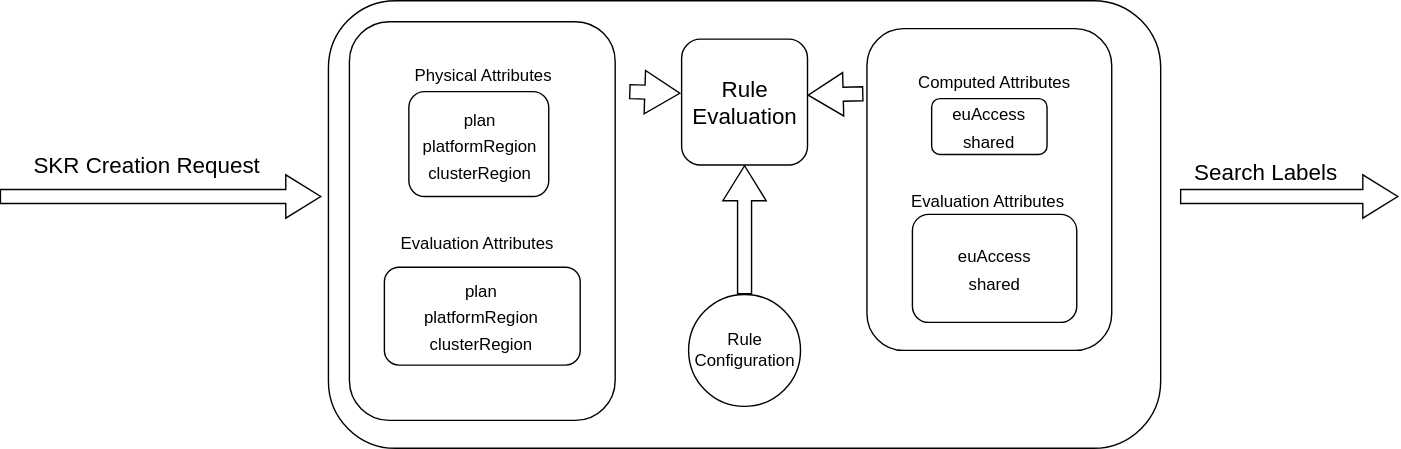
The draw.io diagram docs/assets/hap-rules-general.drawio.svg in kyma-project/kyma-environment-broker, before a commit. Source tidied: cells renumbered, new cells last; positions are measured from the earlier drawing's top-left corner, leaving out a move shared by most shapes.
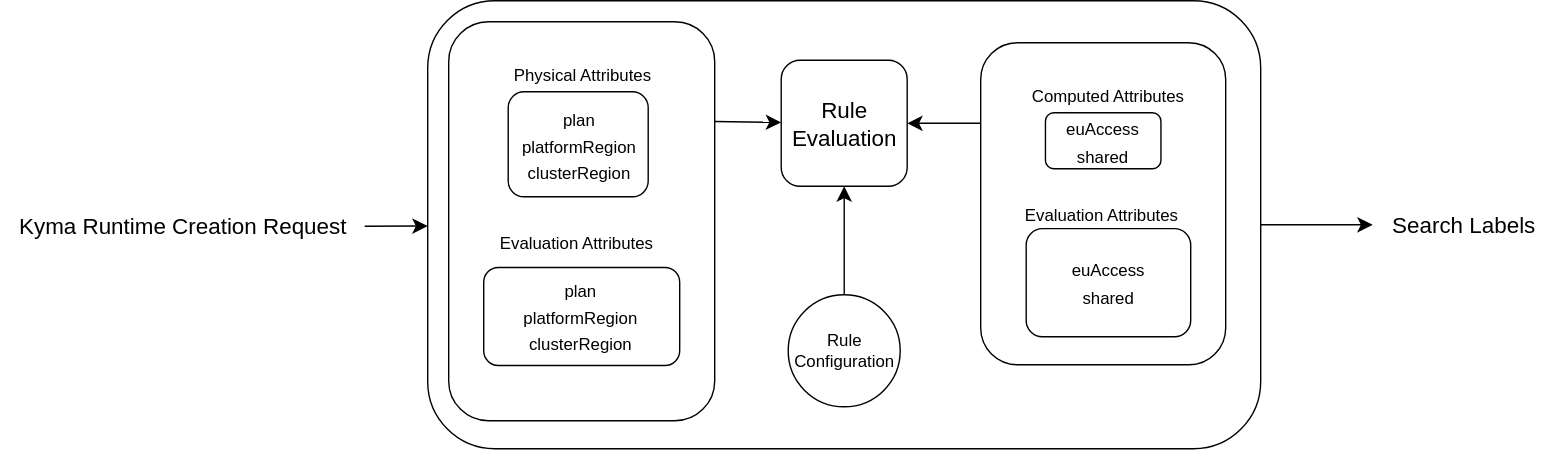
Later version of the same file.

Commit message:
Review Remarks

Change to the diagram source:
```diff
@@ -2,15 +2,24 @@
   <root>
     <mxCell id="0" />
     <mxCell id="1" parent="0" />
+    <mxCell id="27" style="edgeStyle=none;curved=1;rounded=0;jettySize=auto;html=1;fontSize=12;startSize=8;endSize=8;" parent="1" edge="1" source="2" target="13">
+      <mxGeometry relative="1" as="geometry" />
+    </mxCell>
     <mxCell id="2" style="whiteSpace=wrap;html=1;rounded=1;" parent="1" vertex="1">
       <mxGeometry x="235" width="595" height="320" as="geometry" />
     </mxCell>
+    <mxCell id="28" style="edgeStyle=none;curved=1;rounded=0;jettySize=auto;html=1;exitX=0;exitY=0.25;exitDx=0;exitDy=0;fontSize=12;startSize=8;endSize=8;" parent="1" edge="1" source="3" target="9">
+      <mxGeometry relative="1" as="geometry" />
+    </mxCell>
     <mxCell id="3" style="whiteSpace=wrap;html=1;rounded=1;" parent="1" vertex="1">
-      <mxGeometry x="620" y="20" width="175" height="230" as="geometry" />
+      <mxGeometry x="630" y="30" width="175" height="230" as="geometry" />
     </mxCell>
     <mxCell id="4" style="whiteSpace=wrap;html=1;rounded=1;" parent="1" vertex="1">
-      <mxGeometry x="666.2" y="70" width="82.5" height="40" as="geometry" />
+      <mxGeometry x="676.2" y="80" width="82.5" height="40" as="geometry" />
     </mxCell>
+    <mxCell id="29" style="edgeStyle=none;curved=1;rounded=0;jettySize=auto;html=1;exitX=1;exitY=0.25;exitDx=0;exitDy=0;fontSize=12;startSize=8;endSize=8;" parent="1" edge="1" source="5" target="9">
+      <mxGeometry relative="1" as="geometry" />
+    </mxCell>
     <mxCell id="5" style="whiteSpace=wrap;html=1;rounded=1;" parent="1" vertex="1">
       <mxGeometry x="250" y="15" width="190" height="285" as="geometry" />
     </mxCell>
@@ -18,45 +27,37 @@
       <mxGeometry x="275" y="190.5" width="140" height="70" as="geometry" />
     </mxCell>
     <mxCell id="7" style="whiteSpace=wrap;html=1;rounded=1;" parent="1" vertex="1">
-      <mxGeometry x="652.5" y="152.8" width="117.5" height="77.2" as="geometry" />
+      <mxGeometry x="662.5" y="162.8" width="117.5" height="77.2" as="geometry" />
     </mxCell>
     <mxCell id="8" style="whiteSpace=wrap;html=1;rounded=1;" parent="1" vertex="1">
       <mxGeometry x="292.5" y="65" width="100" height="75" as="geometry" />
     </mxCell>
     <mxCell id="9" value="&lt;span style=&quot;font-size: 16px;&quot;&gt;Rule Evaluation&lt;/span&gt;" style="whiteSpace=wrap;html=1;rounded=1;" parent="1" vertex="1">
-      <mxGeometry x="487.5" y="27.5" width="90" height="90" as="geometry" />
+      <mxGeometry x="487.5" y="42.5" width="90" height="90" as="geometry" />
     </mxCell>
-    <mxCell id="10" style="shape=flexArrow;endArrow=classic;html=1;rounded=0;fontSize=12;startSize=8;endSize=8;curved=1;" parent="1" edge="1">
-      <mxGeometry relative="1" as="geometry">
-        <mxPoint y="140" as="sourcePoint" />
-        <mxPoint x="230" y="140" as="targetPoint" />
-      </mxGeometry>
-    </mxCell>
+    <mxCell id="30" style="edgeStyle=none;curved=1;rounded=0;jettySize=auto;html=1;fontSize=12;startSize=8;endSize=8;" parent="1" edge="1" source="11" target="2">
+      <mxGeometry relative="1" as="geometry" />
+    </mxCell>
-    <mxCell id="11" value="&lt;font&gt;SKR Creation Request&lt;/font&gt;" style="text;html=1;align=center;verticalAlign=middle;points=[];strokeColor=none;fillColor=none;fontSize=16;" parent="1" vertex="1">
-      <mxGeometry x="10" y="102.5" width="190" height="30" as="geometry" />
+    <mxCell id="11" value="&lt;font&gt;Kyma Runtime Creation Request&lt;/font&gt;" style="text;html=1;align=center;verticalAlign=middle;points=[];strokeColor=none;fillColor=none;fontSize=16;" parent="1" vertex="1">
+      <mxGeometry x="-70" y="146.4" width="260" height="30" as="geometry" />
     </mxCell>
-    <mxCell id="12" style="shape=flexArrow;endArrow=classic;html=1;rounded=0;fontSize=12;startSize=8;endSize=8;curved=1;exitX=0.029;exitY=1.082;exitDx=0;exitDy=0;exitPerimeter=0;" parent="1" edge="1" source="13">
-      <mxGeometry relative="1" as="geometry">
-        <mxPoint x="1000" y="140" as="targetPoint" />
-      </mxGeometry>
-    </mxCell>
     <mxCell id="13" value="Search Labels" style="text;html=1;align=center;verticalAlign=middle;points=[];strokeColor=none;fillColor=none;fontSize=16;" parent="1" vertex="1">
-      <mxGeometry x="840" y="107.5" width="130" height="30" as="geometry" />
+      <mxGeometry x="910" y="145" width="130" height="30" as="geometry" />
     </mxCell>
+    <mxCell id="15" style="edgeStyle=none;curved=1;rounded=0;jettySize=auto;html=1;fontSize=12;startSize=8;endSize=8;" parent="1" edge="1" source="14" target="9">
+      <mxGeometry relative="1" as="geometry" />
+    </mxCell>
     <mxCell id="14" value="Rule Configuration" style="ellipse;whiteSpace=wrap;html=1;" parent="1" vertex="1">
       <mxGeometry x="492.5" y="210" width="80" height="80" as="geometry" />
     </mxCell>
-    <mxCell id="15" style="shape=flexArrow;endArrow=classic;html=1;rounded=0;fontSize=12;startSize=8;endSize=8;curved=1;" parent="1" edge="1" source="14" target="9">
-      <mxGeometry relative="1" as="geometry" />
-    </mxCell>
     <mxCell id="16" value="&lt;div&gt;&lt;span style=&quot;font-size: 12px; background-color: transparent; color: light-dark(rgb(0, 0, 0), rgb(255, 255, 255));&quot;&gt;euAccess&lt;/span&gt;&lt;br&gt;&lt;/div&gt;&lt;div&gt;&lt;span style=&quot;font-size: 12px; background-color: transparent; color: light-dark(rgb(0, 0, 0), rgb(255, 255, 255));&quot;&gt;shared&lt;/span&gt;&lt;/div&gt;" style="text;html=1;align=center;verticalAlign=middle;strokeColor=none;fillColor=none;fontSize=16;" parent="1" vertex="1">
-      <mxGeometry x="666.9" y="65" width="80" height="50" as="geometry" />
+      <mxGeometry x="676.9" y="75" width="80" height="50" as="geometry" />
     </mxCell>
     <mxCell id="17" value="&lt;div&gt;&lt;font style=&quot;font-size: 12px;&quot;&gt;plan&lt;/font&gt;&lt;/div&gt;&lt;div&gt;&lt;font style=&quot;font-size: 12px;&quot;&gt;platformRegion&lt;/font&gt;&lt;/div&gt;&lt;div&gt;&lt;font style=&quot;font-size: 12px;&quot;&gt;clusterRegion&lt;/font&gt;&lt;/div&gt;" style="text;html=1;align=center;verticalAlign=middle;strokeColor=none;fillColor=none;fontSize=16;" parent="1" vertex="1">
       <mxGeometry x="293.8" y="190" width="100" height="70" as="geometry" />
     </mxCell>
     <mxCell id="18" value="&lt;div&gt;&lt;span style=&quot;background-color: transparent; color: light-dark(rgb(0, 0, 0), rgb(255, 255, 255)); font-size: 12px;&quot;&gt;euAccess&lt;/span&gt;&lt;br&gt;&lt;/div&gt;&lt;div&gt;&lt;span style=&quot;font-size: 12px; background-color: transparent; color: light-dark(rgb(0, 0, 0), rgb(255, 255, 255));&quot;&gt;shared&lt;/span&gt;&lt;/div&gt;" style="text;html=1;align=center;verticalAlign=middle;strokeColor=none;fillColor=none;fontSize=16;" parent="1" vertex="1">
-      <mxGeometry x="671.2" y="166.4" width="80" height="50" as="geometry" />
+      <mxGeometry x="681.2" y="176.4" width="80" height="50" as="geometry" />
     </mxCell>
     <mxCell id="19" value="&lt;div&gt;&lt;span style=&quot;font-size: 12px; background-color: transparent; color: light-dark(rgb(0, 0, 0), rgb(255, 255, 255));&quot;&gt;plan&lt;/span&gt;&lt;br&gt;&lt;/div&gt;&lt;div&gt;&lt;font style=&quot;font-size: 12px;&quot;&gt;platformRegion&lt;/font&gt;&lt;/div&gt;&lt;div&gt;&lt;font style=&quot;font-size: 12px;&quot;&gt;clusterRegion&lt;/font&gt;&lt;/div&gt;" style="text;html=1;align=center;verticalAlign=middle;strokeColor=none;fillColor=none;fontSize=16;" parent="1" vertex="1">
       <mxGeometry x="292.5" y="67.5" width="100" height="70" as="geometry" />
@@ -68,24 +69,13 @@
       <mxGeometry x="285" y="160" width="120" height="30" as="geometry" />
     </mxCell>
     <mxCell id="22" value="&lt;font style=&quot;forced-color-adjust: none; font-family: Helvetica; font-style: normal; font-variant-ligatures: normal; font-variant-caps: normal; font-weight: 400; letter-spacing: normal; orphans: 2; text-align: center; text-indent: 0px; text-transform: none; widows: 2; word-spacing: 0px; -webkit-text-stroke-width: 0px; white-space: nowrap; text-decoration-thickness: initial; text-decoration-style: initial; text-decoration-color: initial; font-size: 12px; box-shadow: none !important;&quot;&gt;Evaluation Attributes&lt;/font&gt;" style="text;whiteSpace=wrap;html=1;" parent="1" vertex="1">
-      <mxGeometry x="650" y="130" width="140" height="40" as="geometry" />
+      <mxGeometry x="660" y="140" width="140" height="40" as="geometry" />
     </mxCell>
     <mxCell id="23" value="&lt;font style=&quot;forced-color-adjust: none; font-family: Helvetica; font-style: normal; font-variant-ligatures: normal; font-variant-caps: normal; font-weight: 400; letter-spacing: normal; orphans: 2; text-align: center; text-indent: 0px; text-transform: none; widows: 2; word-spacing: 0px; -webkit-text-stroke-width: 0px; white-space: nowrap; text-decoration-thickness: initial; text-decoration-style: initial; text-decoration-color: initial; font-size: 12px; box-shadow: none !important;&quot;&gt;Computed Attributes&lt;/font&gt;" style="text;whiteSpace=wrap;html=1;" parent="1" vertex="1">
-      <mxGeometry x="655" y="45" width="96.2" height="25" as="geometry" />
+      <mxGeometry x="665" y="55" width="96.2" height="25" as="geometry" />
     </mxCell>
     <mxCell id="24" style="edgeStyle=none;curved=1;rounded=0;orthogonalLoop=1;jettySize=auto;html=1;exitX=1;exitY=0.5;exitDx=0;exitDy=0;fontSize=12;startSize=8;endSize=8;" parent="1" edge="1" source="23" target="23">
       <mxGeometry relative="1" as="geometry" />
     </mxCell>
-    <mxCell id="25" style="shape=flexArrow;endArrow=classic;html=1;rounded=0;fontSize=12;startSize=8;endSize=8;curved=1;entryX=-0.009;entryY=0.43;entryDx=0;entryDy=0;entryPerimeter=0;" parent="1" edge="1" target="9">
-      <mxGeometry relative="1" as="geometry">
-        <mxPoint x="450" y="65" as="sourcePoint" />
-      </mxGeometry>
-    </mxCell>
-    <mxCell id="26" style="shape=flexArrow;endArrow=classic;html=1;rounded=0;fontSize=12;startSize=8;endSize=8;curved=1;" parent="1" edge="1">
-      <mxGeometry relative="1" as="geometry">
-        <mxPoint x="617.5" y="66.5" as="sourcePoint" />
-        <mxPoint x="577.5" y="67.5" as="targetPoint" />
-      </mxGeometry>
-    </mxCell>
   </root>
 </mxGraphModel>
```
